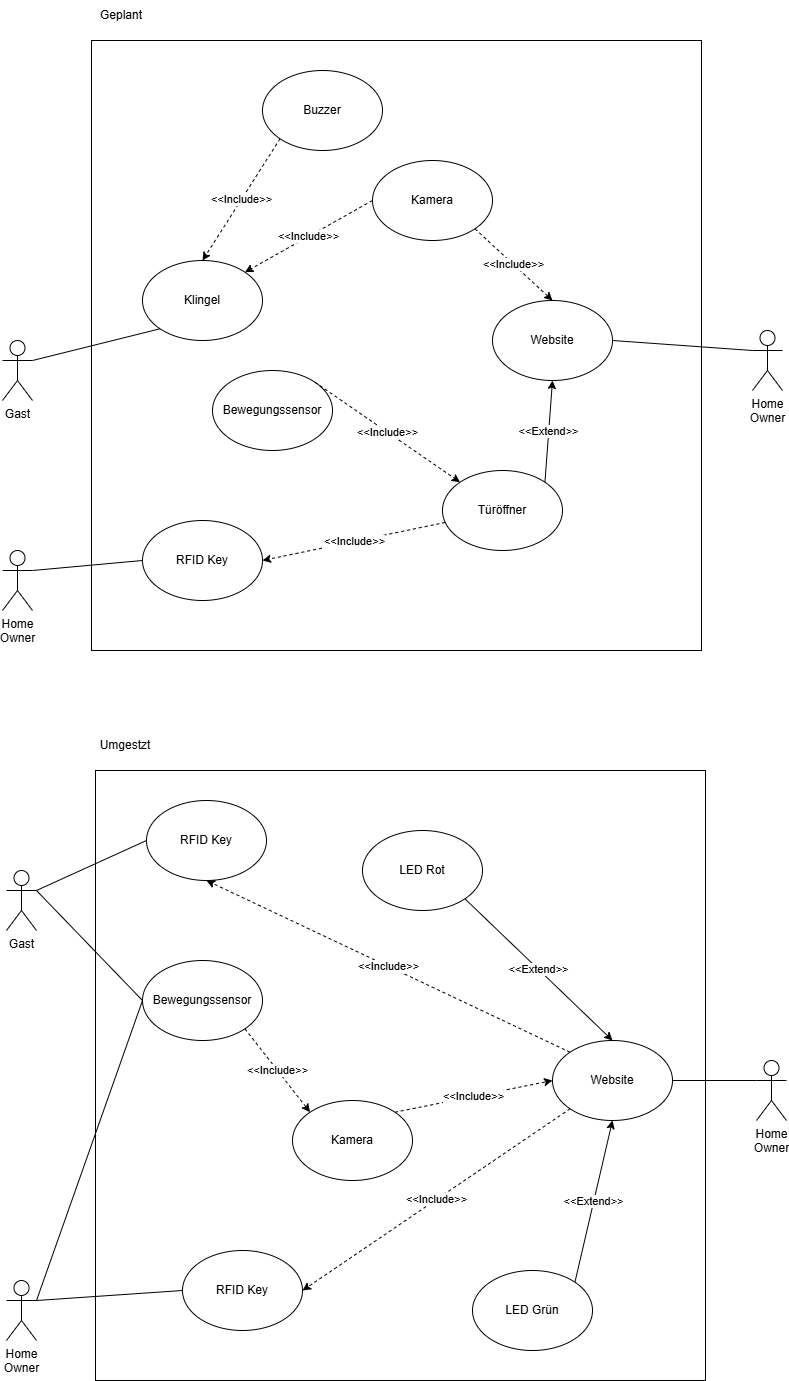
Before: diagrams/UseCase Diagramm.drawio.png, a diagram exported from draw.io (JustJ4Y/PI-SPACE-H-SECURITY). Source tidied: cells renumbered, new cells last; positions are measured from the earlier drawing's top-left corner, leaving out a move shared by most shapes.
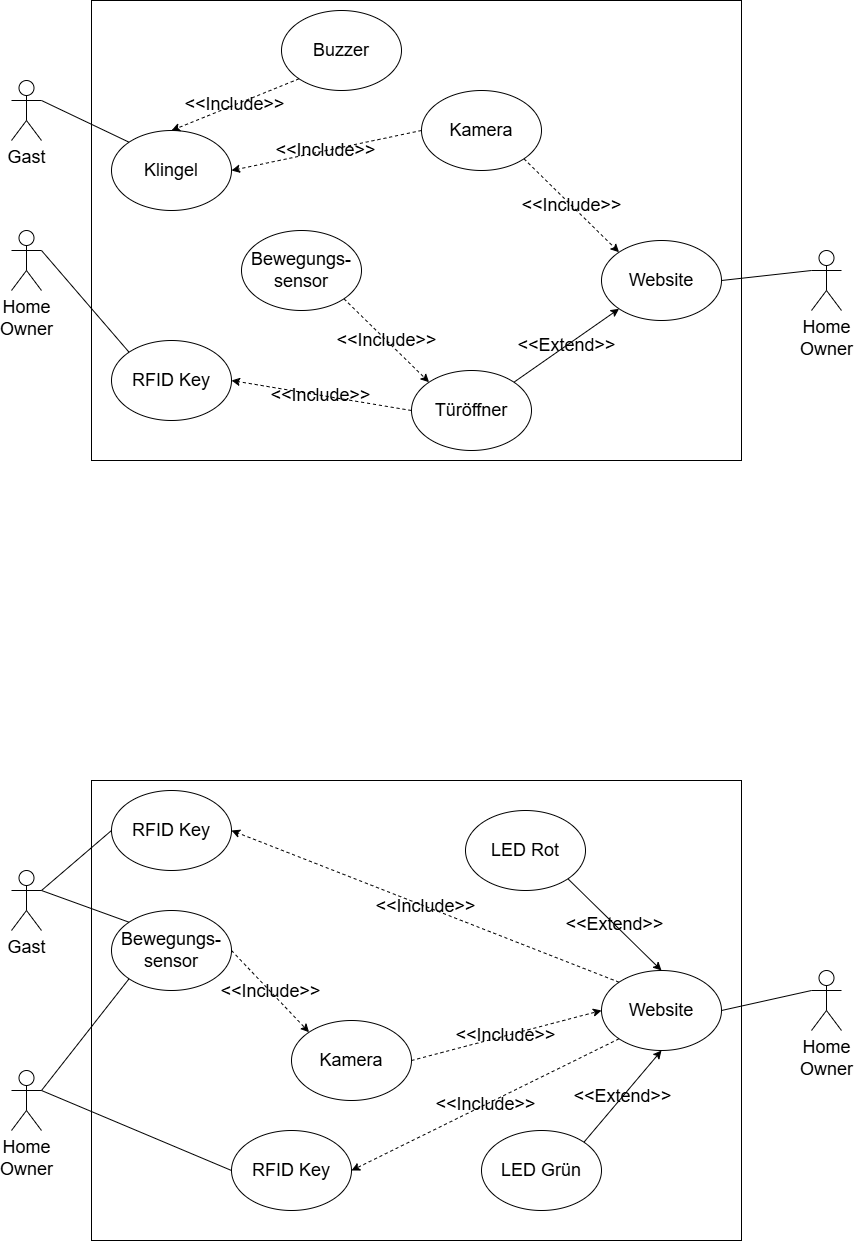
Later version of the same file.

The edit, as a diff of the source:
```diff
@@ -4,37 +4,40 @@
     <mxCell id="1" parent="0" />
-    <mxCell id="2" style="whiteSpace=wrap;html=1;" parent="1" vertex="1">
-      <mxGeometry x="89" y="40" width="610" height="610" as="geometry" />
-    </mxCell>
+    <mxCell id="46" style="rounded=0;whiteSpace=wrap;html=1;fillColor=none;" parent="1" vertex="1">
+      <mxGeometry x="-40" y="730" width="650" height="460" as="geometry" />
+    </mxCell>
+    <mxCell id="47" style="rounded=0;whiteSpace=wrap;html=1;fillColor=none;" parent="1" vertex="1">
+      <mxGeometry x="-40" y="-50" width="650" height="460" as="geometry" />
+    </mxCell>
-    <mxCell id="3" value="Gast" style="shape=umlActor;verticalLabelPosition=bottom;verticalAlign=top;html=1;outlineConnect=0;" parent="1" vertex="1">
-      <mxGeometry y="340" width="30" height="60" as="geometry" />
+    <mxCell id="3" value="&lt;font style=&quot;font-size: 18px;&quot;&gt;Gast&lt;/font&gt;" style="shape=umlActor;verticalLabelPosition=bottom;verticalAlign=top;html=1;outlineConnect=0;fillColor=none;" parent="1" vertex="1">
+      <mxGeometry x="-120" y="30" width="30" height="60" as="geometry" />
     </mxCell>
-    <mxCell id="4" value="Klingel" style="ellipse;whiteSpace=wrap;html=1;" parent="1" vertex="1">
-      <mxGeometry x="140" y="260" width="120" height="80" as="geometry" />
+    <mxCell id="4" value="&lt;font style=&quot;font-size: 18px;&quot;&gt;Klingel&lt;/font&gt;" style="ellipse;whiteSpace=wrap;html=1;fillColor=none;" parent="1" vertex="1">
+      <mxGeometry x="-20" y="80" width="120" height="80" as="geometry" />
     </mxCell>
-    <mxCell id="5" value="Buzzer" style="ellipse;whiteSpace=wrap;html=1;" parent="1" vertex="1">
-      <mxGeometry x="260" y="70" width="120" height="80" as="geometry" />
+    <mxCell id="5" value="&lt;font style=&quot;font-size: 18px;&quot;&gt;Buzzer&lt;/font&gt;" style="ellipse;whiteSpace=wrap;html=1;fillColor=none;" parent="1" vertex="1">
+      <mxGeometry x="150" y="-40" width="120" height="80" as="geometry" />
     </mxCell>
-    <mxCell id="6" value="Kamera" style="ellipse;whiteSpace=wrap;html=1;" parent="1" vertex="1">
-      <mxGeometry x="370" y="160" width="120" height="80" as="geometry" />
+    <mxCell id="6" value="&lt;font style=&quot;font-size: 18px;&quot;&gt;Kamera&lt;/font&gt;" style="ellipse;whiteSpace=wrap;html=1;fillColor=none;" parent="1" vertex="1">
+      <mxGeometry x="290" y="40" width="120" height="80" as="geometry" />
     </mxCell>
-    <mxCell id="7" value="&amp;lt;&amp;lt;Include&amp;gt;&amp;gt;" style="endArrow=classic;html=1;rounded=0;entryX=0.5;entryY=0;entryDx=0;entryDy=0;exitX=0;exitY=1;exitDx=0;exitDy=0;dashed=1;" parent="1" edge="1" source="5" target="4">
+    <mxCell id="7" value="&lt;font style=&quot;font-size: 18px; color: rgb(0, 0, 0);&quot;&gt;&amp;lt;&amp;lt;Include&amp;gt;&amp;gt;&lt;/font&gt;" style="endArrow=classic;html=1;rounded=0;entryX=0.5;entryY=0;entryDx=0;entryDy=0;exitX=0;exitY=1;exitDx=0;exitDy=0;dashed=1;labelBackgroundColor=none;" parent="1" edge="1" source="5" target="4">
       <mxGeometry relative="1" as="geometry" />
     </mxCell>
-    <mxCell id="8" value="&amp;lt;&amp;lt;Include&amp;gt;&amp;gt;" style="endArrow=classic;html=1;rounded=0;entryX=1;entryY=0;entryDx=0;entryDy=0;exitX=0;exitY=0.5;exitDx=0;exitDy=0;dashed=1;" parent="1" edge="1" source="6" target="4">
+    <mxCell id="8" value="&lt;font style=&quot;font-size: 18px;&quot;&gt;&amp;lt;&amp;lt;Include&amp;gt;&amp;gt;&lt;/font&gt;" style="endArrow=classic;html=1;rounded=0;entryX=1;entryY=0.5;entryDx=0;entryDy=0;exitX=0;exitY=0.5;exitDx=0;exitDy=0;dashed=1;labelBackgroundColor=none;" parent="1" edge="1" source="6" target="4">
       <mxGeometry relative="1" as="geometry" />
     </mxCell>
-    <mxCell id="9" style="endArrow=none;html=1;rounded=0;exitX=1;exitY=0.3333333333333333;exitDx=0;exitDy=0;exitPerimeter=0;entryX=0;entryY=1;entryDx=0;entryDy=0;" parent="1" edge="1" source="3" target="4">
+    <mxCell id="9" style="endArrow=none;html=1;rounded=0;exitX=1;exitY=0.3333333333333333;exitDx=0;exitDy=0;exitPerimeter=0;entryX=0;entryY=0;entryDx=0;entryDy=0;" parent="1" edge="1" source="3" target="4">
       <mxGeometry relative="1" as="geometry" />
     </mxCell>
-    <mxCell id="10" value="Home&lt;div&gt;Owner&lt;/div&gt;" style="shape=umlActor;verticalLabelPosition=bottom;verticalAlign=top;html=1;outlineConnect=0;" parent="1" vertex="1">
-      <mxGeometry x="750" y="330" width="30" height="60" as="geometry" />
+    <mxCell id="10" value="&lt;font style=&quot;font-size: 18px;&quot;&gt;Home&lt;/font&gt;&lt;div&gt;&lt;font style=&quot;font-size: 18px;&quot;&gt;Owner&lt;/font&gt;&lt;/div&gt;" style="shape=umlActor;verticalLabelPosition=bottom;verticalAlign=top;html=1;outlineConnect=0;fillColor=none;" parent="1" vertex="1">
+      <mxGeometry x="680" y="200" width="30" height="60" as="geometry" />
     </mxCell>
-    <mxCell id="11" value="Website" style="ellipse;whiteSpace=wrap;html=1;" parent="1" vertex="1">
-      <mxGeometry x="490" y="300" width="120" height="80" as="geometry" />
+    <mxCell id="11" value="&lt;font style=&quot;font-size: 18px;&quot;&gt;Website&lt;/font&gt;" style="ellipse;whiteSpace=wrap;html=1;fillColor=none;" parent="1" vertex="1">
+      <mxGeometry x="470" y="190" width="120" height="80" as="geometry" />
     </mxCell>
-    <mxCell id="12" value="&amp;lt;&amp;lt;Include&amp;gt;&amp;gt;" style="endArrow=classic;html=1;rounded=0;entryX=0.5;entryY=0;entryDx=0;entryDy=0;exitX=1;exitY=1;exitDx=0;exitDy=0;dashed=1;" parent="1" edge="1" source="6" target="11">
+    <mxCell id="12" value="&lt;font style=&quot;font-size: 18px;&quot;&gt;&amp;lt;&amp;lt;Include&amp;gt;&amp;gt;&lt;/font&gt;" style="endArrow=classic;html=1;rounded=0;entryX=0;entryY=0;entryDx=0;entryDy=0;exitX=1;exitY=1;exitDx=0;exitDy=0;dashed=1;labelBackgroundColor=none;" parent="1" edge="1" source="6" target="11">
       <mxGeometry relative="1" as="geometry" />
     </mxCell>
-    <mxCell id="13" value="Bewegungssensor" style="ellipse;whiteSpace=wrap;html=1;" parent="1" vertex="1">
-      <mxGeometry x="210" y="370" width="120" height="80" as="geometry" />
+    <mxCell id="13" value="&lt;font style=&quot;font-size: 18px;&quot;&gt;Bewegungs-sensor&lt;/font&gt;" style="ellipse;whiteSpace=wrap;html=1;fillColor=none;" parent="1" vertex="1">
+      <mxGeometry x="110" y="180" width="120" height="80" as="geometry" />
     </mxCell>
@@ -43,37 +46,31 @@
     </mxCell>
-    <mxCell id="15" value="Türöffner" style="ellipse;whiteSpace=wrap;html=1;" parent="1" vertex="1">
-      <mxGeometry x="440" y="470" width="120" height="80" as="geometry" />
+    <mxCell id="15" value="&lt;font style=&quot;font-size: 18px;&quot;&gt;Türöffner&lt;/font&gt;" style="ellipse;whiteSpace=wrap;html=1;fillColor=none;" parent="1" vertex="1">
+      <mxGeometry x="280" y="320" width="120" height="80" as="geometry" />
     </mxCell>
-    <mxCell id="16" value="&amp;lt;&amp;lt;Extend&amp;gt;&amp;gt;" style="endArrow=classic;html=1;rounded=0;exitX=1;exitY=0;exitDx=0;exitDy=0;entryX=0.5;entryY=1;entryDx=0;entryDy=0;" parent="1" edge="1" source="15" target="11">
+    <mxCell id="16" value="&lt;font style=&quot;font-size: 18px;&quot;&gt;&amp;lt;&amp;lt;Extend&amp;gt;&amp;gt;&lt;/font&gt;" style="endArrow=classic;html=1;rounded=0;exitX=1;exitY=0;exitDx=0;exitDy=0;entryX=0;entryY=1;entryDx=0;entryDy=0;labelBackgroundColor=none;" parent="1" edge="1" source="15" target="11">
       <mxGeometry relative="1" as="geometry" />
     </mxCell>
-    <mxCell id="17" value="&amp;lt;&amp;lt;Include&amp;gt;&amp;gt;" style="endArrow=classic;html=1;rounded=0;exitX=1;exitY=0;exitDx=0;exitDy=0;dashed=1;entryX=0;entryY=0;entryDx=0;entryDy=0;" parent="1" edge="1" source="13" target="15">
+    <mxCell id="17" value="&lt;font style=&quot;font-size: 18px;&quot;&gt;&amp;lt;&amp;lt;Include&amp;gt;&amp;gt;&lt;/font&gt;" style="endArrow=classic;html=1;rounded=0;exitX=1;exitY=1;exitDx=0;exitDy=0;dashed=1;entryX=0;entryY=0;entryDx=0;entryDy=0;labelBackgroundColor=none;" parent="1" edge="1" source="13" target="15">
       <mxGeometry relative="1" as="geometry" />
     </mxCell>
-    <mxCell id="18" value="Home&lt;div&gt;Owner&lt;/div&gt;" style="shape=umlActor;verticalLabelPosition=bottom;verticalAlign=top;html=1;outlineConnect=0;" parent="1" vertex="1">
-      <mxGeometry y="550" width="30" height="60" as="geometry" />
+    <mxCell id="18" value="&lt;font style=&quot;font-size: 18px;&quot;&gt;Home&lt;/font&gt;&lt;div&gt;&lt;font style=&quot;font-size: 18px;&quot;&gt;Owner&lt;/font&gt;&lt;/div&gt;" style="shape=umlActor;verticalLabelPosition=bottom;verticalAlign=top;html=1;outlineConnect=0;fillColor=none;" parent="1" vertex="1">
+      <mxGeometry x="-120" y="180" width="30" height="60" as="geometry" />
     </mxCell>
-    <mxCell id="19" value="RFID Key" style="ellipse;whiteSpace=wrap;html=1;" parent="1" vertex="1">
-      <mxGeometry x="140" y="520" width="120" height="80" as="geometry" />
+    <mxCell id="19" value="&lt;font style=&quot;font-size: 18px;&quot;&gt;RFID Key&lt;/font&gt;" style="ellipse;whiteSpace=wrap;html=1;fillColor=none;" parent="1" vertex="1">
+      <mxGeometry x="-20" y="290" width="120" height="80" as="geometry" />
     </mxCell>
-    <mxCell id="20" value="&amp;lt;&amp;lt;Include&amp;gt;&amp;gt;" style="endArrow=classic;html=1;rounded=0;entryX=1;entryY=0.5;entryDx=0;entryDy=0;dashed=1;" parent="1" edge="1" source="15" target="19">
+    <mxCell id="20" value="&lt;font style=&quot;font-size: 18px;&quot;&gt;&amp;lt;&amp;lt;Include&amp;gt;&amp;gt;&lt;/font&gt;" style="endArrow=classic;html=1;rounded=0;entryX=1;entryY=0.5;entryDx=0;entryDy=0;dashed=1;exitX=0;exitY=0.5;exitDx=0;exitDy=0;labelBackgroundColor=none;" parent="1" edge="1" source="15" target="19">
       <mxGeometry relative="1" as="geometry" />
     </mxCell>
-    <mxCell id="21" style="endArrow=none;html=1;rounded=0;exitX=1;exitY=0.3333333333333333;exitDx=0;exitDy=0;exitPerimeter=0;entryX=0;entryY=0.5;entryDx=0;entryDy=0;" parent="1" edge="1" source="18" target="19">
+    <mxCell id="21" style="endArrow=none;html=1;rounded=0;exitX=1;exitY=0.3333333333333333;exitDx=0;exitDy=0;exitPerimeter=0;entryX=0;entryY=0;entryDx=0;entryDy=0;" parent="1" edge="1" source="18" target="19">
       <mxGeometry relative="1" as="geometry" />
     </mxCell>
-    <mxCell id="22" value="Geplant" style="text;html=1;whiteSpace=wrap;strokeColor=none;fillColor=none;align=center;verticalAlign=middle;rounded=0;" parent="1" vertex="1">
-      <mxGeometry x="89" width="60" height="30" as="geometry" />
-    </mxCell>
-    <mxCell id="23" style="whiteSpace=wrap;html=1;" parent="1" vertex="1">
-      <mxGeometry x="93" y="770" width="610" height="610" as="geometry" />
-    </mxCell>
-    <mxCell id="24" value="Gast" style="shape=umlActor;verticalLabelPosition=bottom;verticalAlign=top;html=1;outlineConnect=0;" parent="1" vertex="1">
-      <mxGeometry x="4" y="870" width="30" height="60" as="geometry" />
+    <mxCell id="24" value="&lt;font style=&quot;font-size: 18px;&quot;&gt;Gast&lt;/font&gt;" style="shape=umlActor;verticalLabelPosition=bottom;verticalAlign=top;html=1;outlineConnect=0;fillColor=none;" parent="1" vertex="1">
+      <mxGeometry x="-120" y="820" width="30" height="60" as="geometry" />
     </mxCell>
-    <mxCell id="25" value="RFID Key" style="ellipse;whiteSpace=wrap;html=1;" parent="1" vertex="1">
-      <mxGeometry x="144" y="800" width="120" height="80" as="geometry" />
+    <mxCell id="25" value="&lt;font style=&quot;font-size: 18px;&quot;&gt;RFID Key&lt;/font&gt;" style="ellipse;whiteSpace=wrap;html=1;fillColor=none;" parent="1" vertex="1">
+      <mxGeometry x="-20" y="740" width="120" height="80" as="geometry" />
     </mxCell>
-    <mxCell id="26" value="Kamera" style="ellipse;whiteSpace=wrap;html=1;" parent="1" vertex="1">
-      <mxGeometry x="290" y="1100" width="120" height="80" as="geometry" />
+    <mxCell id="26" value="&lt;font style=&quot;font-size: 18px;&quot;&gt;Kamera&lt;/font&gt;" style="ellipse;whiteSpace=wrap;html=1;fillColor=none;" parent="1" vertex="1">
+      <mxGeometry x="160" y="970" width="120" height="80" as="geometry" />
     </mxCell>
@@ -82,13 +79,13 @@
     </mxCell>
-    <mxCell id="28" value="Home&lt;div&gt;Owner&lt;/div&gt;" style="shape=umlActor;verticalLabelPosition=bottom;verticalAlign=top;html=1;outlineConnect=0;" parent="1" vertex="1">
-      <mxGeometry x="754" y="1060" width="30" height="60" as="geometry" />
+    <mxCell id="28" value="&lt;font style=&quot;font-size: 18px;&quot;&gt;Home&lt;/font&gt;&lt;div&gt;&lt;font style=&quot;font-size: 18px;&quot;&gt;Owner&lt;/font&gt;&lt;/div&gt;" style="shape=umlActor;verticalLabelPosition=bottom;verticalAlign=top;html=1;outlineConnect=0;fillColor=none;" parent="1" vertex="1">
+      <mxGeometry x="680" y="920" width="30" height="60" as="geometry" />
     </mxCell>
-    <mxCell id="29" value="Website" style="ellipse;whiteSpace=wrap;html=1;" parent="1" vertex="1">
-      <mxGeometry x="550" y="1040" width="120" height="80" as="geometry" />
+    <mxCell id="29" value="&lt;font style=&quot;font-size: 18px;&quot;&gt;Website&lt;/font&gt;" style="ellipse;whiteSpace=wrap;html=1;fillColor=none;" parent="1" vertex="1">
+      <mxGeometry x="470" y="920" width="120" height="80" as="geometry" />
     </mxCell>
-    <mxCell id="30" value="&amp;lt;&amp;lt;Include&amp;gt;&amp;gt;" style="endArrow=classic;html=1;rounded=0;entryX=0;entryY=0.5;entryDx=0;entryDy=0;exitX=1;exitY=0;exitDx=0;exitDy=0;dashed=1;" parent="1" edge="1" source="26" target="29">
+    <mxCell id="30" value="&lt;font style=&quot;font-size: 18px;&quot;&gt;&amp;lt;&amp;lt;Include&amp;gt;&amp;gt;&lt;/font&gt;" style="endArrow=classic;html=1;rounded=0;entryX=0;entryY=0.5;entryDx=0;entryDy=0;exitX=1;exitY=0.5;exitDx=0;exitDy=0;dashed=1;labelBackgroundColor=none;" parent="1" edge="1" source="26" target="29">
       <mxGeometry relative="1" as="geometry" />
     </mxCell>
-    <mxCell id="31" value="Bewegungssensor" style="ellipse;whiteSpace=wrap;html=1;" parent="1" vertex="1">
-      <mxGeometry x="140" y="960" width="120" height="80" as="geometry" />
+    <mxCell id="31" value="&lt;font style=&quot;font-size: 18px;&quot;&gt;Bewegungs-sensor&lt;/font&gt;" style="ellipse;whiteSpace=wrap;html=1;fillColor=none;" parent="1" vertex="1">
+      <mxGeometry x="-20" y="860" width="120" height="80" as="geometry" />
     </mxCell>
@@ -97,18 +94,18 @@
     </mxCell>
-    <mxCell id="33" value="LED Grün" style="ellipse;whiteSpace=wrap;html=1;" parent="1" vertex="1">
-      <mxGeometry x="470" y="1270" width="120" height="80" as="geometry" />
+    <mxCell id="33" value="&lt;font style=&quot;font-size: 18px;&quot;&gt;LED Grün&lt;/font&gt;" style="ellipse;whiteSpace=wrap;html=1;fillColor=none;" parent="1" vertex="1">
+      <mxGeometry x="350" y="1080" width="120" height="80" as="geometry" />
     </mxCell>
-    <mxCell id="34" value="&amp;lt;&amp;lt;Extend&amp;gt;&amp;gt;" style="endArrow=classic;html=1;rounded=0;exitX=1;exitY=0;exitDx=0;exitDy=0;entryX=0.5;entryY=1;entryDx=0;entryDy=0;" parent="1" edge="1" source="33" target="29">
+    <mxCell id="34" value="&lt;font style=&quot;font-size: 18px;&quot;&gt;&amp;lt;&amp;lt;Extend&amp;gt;&amp;gt;&lt;/font&gt;" style="endArrow=classic;html=1;rounded=0;exitX=1;exitY=0;exitDx=0;exitDy=0;entryX=0.5;entryY=1;entryDx=0;entryDy=0;labelBackgroundColor=none;" parent="1" edge="1" source="33" target="29">
       <mxGeometry relative="1" as="geometry" />
     </mxCell>
-    <mxCell id="35" value="&amp;lt;&amp;lt;Include&amp;gt;&amp;gt;" style="endArrow=classic;html=1;rounded=0;exitX=1;exitY=1;exitDx=0;exitDy=0;entryX=0;entryY=0;entryDx=0;entryDy=0;dashed=1;" parent="1" edge="1" source="31" target="26">
+    <mxCell id="35" value="&lt;font style=&quot;font-size: 18px;&quot;&gt;&amp;lt;&amp;lt;Include&amp;gt;&amp;gt;&lt;/font&gt;" style="endArrow=classic;html=1;rounded=0;exitX=1;exitY=0.5;exitDx=0;exitDy=0;entryX=0;entryY=0;entryDx=0;entryDy=0;dashed=1;labelBackgroundColor=none;" parent="1" edge="1" source="31" target="26">
       <mxGeometry relative="1" as="geometry" />
     </mxCell>
-    <mxCell id="36" value="Home&lt;div&gt;Owner&lt;/div&gt;" style="shape=umlActor;verticalLabelPosition=bottom;verticalAlign=top;html=1;outlineConnect=0;" parent="1" vertex="1">
-      <mxGeometry x="4" y="1280" width="30" height="60" as="geometry" />
+    <mxCell id="36" value="&lt;font style=&quot;font-size: 18px;&quot;&gt;Home&lt;/font&gt;&lt;div&gt;&lt;font style=&quot;font-size: 18px;&quot;&gt;Owner&lt;/font&gt;&lt;/div&gt;" style="shape=umlActor;verticalLabelPosition=bottom;verticalAlign=top;html=1;outlineConnect=0;fillColor=none;" parent="1" vertex="1">
+      <mxGeometry x="-120" y="1020" width="30" height="60" as="geometry" />
     </mxCell>
-    <mxCell id="37" value="RFID Key" style="ellipse;whiteSpace=wrap;html=1;" parent="1" vertex="1">
-      <mxGeometry x="180" y="1250" width="120" height="80" as="geometry" />
+    <mxCell id="37" value="&lt;font style=&quot;font-size: 18px;&quot;&gt;RFID Key&lt;/font&gt;" style="ellipse;whiteSpace=wrap;html=1;fillColor=none;" parent="1" vertex="1">
+      <mxGeometry x="100" y="1080" width="120" height="80" as="geometry" />
     </mxCell>
-    <mxCell id="38" value="&amp;lt;&amp;lt;Include&amp;gt;&amp;gt;" style="endArrow=classic;html=1;rounded=0;entryX=1;entryY=0.5;entryDx=0;entryDy=0;dashed=1;exitX=0;exitY=1;exitDx=0;exitDy=0;" parent="1" edge="1" source="29" target="37">
+    <mxCell id="38" value="&lt;font style=&quot;font-size: 18px;&quot;&gt;&amp;lt;&amp;lt;Include&amp;gt;&amp;gt;&lt;/font&gt;" style="endArrow=classic;html=1;rounded=0;entryX=1;entryY=0.5;entryDx=0;entryDy=0;dashed=1;exitX=0;exitY=1;exitDx=0;exitDy=0;labelBackgroundColor=none;" parent="1" edge="1" source="29" target="37">
       <mxGeometry relative="1" as="geometry" />
@@ -118,18 +115,15 @@
     </mxCell>
-    <mxCell id="40" value="Umgestzt" style="text;html=1;whiteSpace=wrap;strokeColor=none;fillColor=none;align=center;verticalAlign=middle;rounded=0;" parent="1" vertex="1">
-      <mxGeometry x="93" y="730" width="60" height="30" as="geometry" />
-    </mxCell>
-    <mxCell id="41" value="LED Rot" style="ellipse;whiteSpace=wrap;html=1;" parent="1" vertex="1">
-      <mxGeometry x="360" y="830" width="120" height="80" as="geometry" />
+    <mxCell id="41" value="&lt;font style=&quot;font-size: 18px;&quot;&gt;LED Rot&lt;/font&gt;" style="ellipse;whiteSpace=wrap;html=1;fillColor=none;" parent="1" vertex="1">
+      <mxGeometry x="334" y="760" width="120" height="80" as="geometry" />
     </mxCell>
-    <mxCell id="42" value="&amp;lt;&amp;lt;Include&amp;gt;&amp;gt;" style="endArrow=classic;html=1;rounded=0;entryX=0.5;entryY=1;entryDx=0;entryDy=0;dashed=1;exitX=0;exitY=0;exitDx=0;exitDy=0;" parent="1" edge="1" source="29" target="25">
+    <mxCell id="42" value="&lt;font style=&quot;font-size: 18px;&quot;&gt;&amp;lt;&amp;lt;Include&amp;gt;&amp;gt;&lt;/font&gt;" style="endArrow=classic;html=1;rounded=0;entryX=1;entryY=0.5;entryDx=0;entryDy=0;dashed=1;exitX=0;exitY=0;exitDx=0;exitDy=0;labelBackgroundColor=none;" parent="1" edge="1" source="29" target="25">
       <mxGeometry relative="1" as="geometry" />
     </mxCell>
-    <mxCell id="43" value="&amp;lt;&amp;lt;Extend&amp;gt;&amp;gt;" style="endArrow=classic;html=1;rounded=0;exitX=1;exitY=1;exitDx=0;exitDy=0;entryX=0.5;entryY=0;entryDx=0;entryDy=0;" parent="1" edge="1" source="41" target="29">
+    <mxCell id="43" value="&lt;font style=&quot;font-size: 18px;&quot;&gt;&amp;lt;&amp;lt;Extend&amp;gt;&amp;gt;&lt;/font&gt;" style="endArrow=classic;html=1;rounded=0;exitX=1;exitY=1;exitDx=0;exitDy=0;entryX=0.5;entryY=0;entryDx=0;entryDy=0;labelBackgroundColor=none;" parent="1" edge="1" source="41" target="29">
       <mxGeometry relative="1" as="geometry" />
     </mxCell>
-    <mxCell id="44" style="endArrow=none;html=1;rounded=0;entryX=0;entryY=0.5;entryDx=0;entryDy=0;exitX=1;exitY=0.3333333333333333;exitDx=0;exitDy=0;exitPerimeter=0;" parent="1" edge="1" source="24" target="31">
+    <mxCell id="44" style="endArrow=none;html=1;rounded=0;entryX=0;entryY=0;entryDx=0;entryDy=0;exitX=1;exitY=0.3333333333333333;exitDx=0;exitDy=0;exitPerimeter=0;" parent="1" edge="1" source="24" target="31">
       <mxGeometry relative="1" as="geometry" />
     </mxCell>
-    <mxCell id="45" style="endArrow=none;html=1;rounded=0;exitX=1;exitY=0.3333333333333333;exitDx=0;exitDy=0;exitPerimeter=0;entryX=0;entryY=0.5;entryDx=0;entryDy=0;" parent="1" edge="1" source="36" target="31">
+    <mxCell id="45" style="endArrow=none;html=1;rounded=0;exitX=1;exitY=0.3333333333333333;exitDx=0;exitDy=0;exitPerimeter=0;entryX=0;entryY=1;entryDx=0;entryDy=0;" parent="1" edge="1" source="36" target="31">
       <mxGeometry relative="1" as="geometry" />
```
